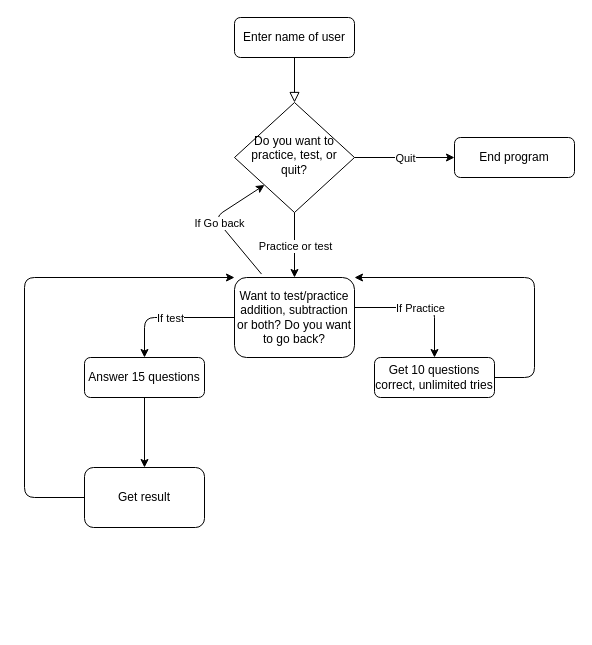
Above: School/Kristianstad/_C_Programmering/Lab 3/Lab3.drawio in Muhrbeq/Projects (draw.io), before the change. Source tidied: cells renumbered, new cells numbered last; positions are measured from the earlier drawing's top-left corner, leaving out a move shared by most shapes. Both pictures are drawn from the tidied source at 100%, with x=0, y=0 at pixel (24, 17).
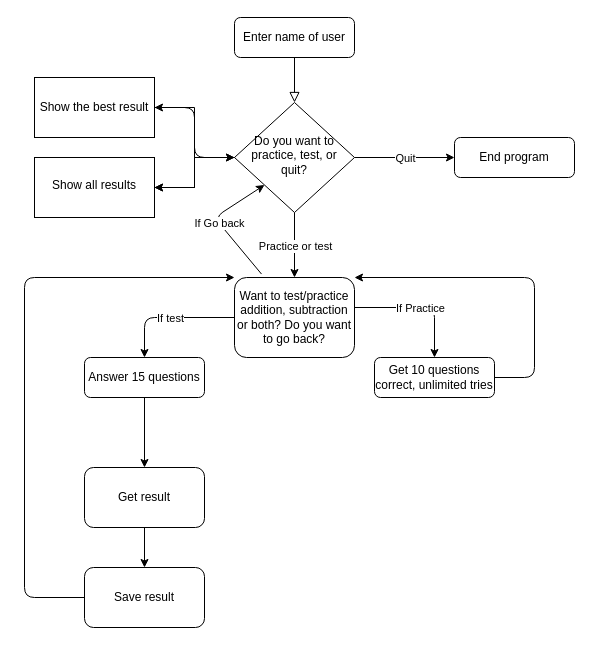
After the change.

The change refers to these unchanged cells:
```xml
<mxCell id="4" value="Do you want to practice, test, or quit?" style="rhombus;whiteSpace=wrap;html=1;shadow=0;fontFamily=Helvetica;fontSize=12;align=center;strokeWidth=1;spacing=6;spacingTop=-4;" parent="1" vertex="1">
  <mxGeometry x="210" y="85" width="120" height="110" as="geometry" />
</mxCell>
<mxCell id="13" value="&lt;span style=&quot;color: rgb(0 , 0 , 0) ; font-family: &amp;#34;helvetica&amp;#34; ; font-size: 12px ; font-style: normal ; font-weight: 400 ; letter-spacing: normal ; text-align: center ; text-indent: 0px ; text-transform: none ; word-spacing: 0px ; display: inline ; float: none ; background-color: rgb(255 , 255 , 255)&quot;&gt;Want to test/practice addition, subtraction or both? Do you want to go back?&lt;/span&gt;" style="rounded=1;whiteSpace=wrap;html=1;" parent="1" vertex="1">
  <mxGeometry x="210" y="260" width="120" height="80" as="geometry" />
</mxCell>
<mxCell id="18" value="Get result" style="whiteSpace=wrap;html=1;rounded=1;shadow=0;strokeWidth=1;glass=0;" parent="1" vertex="1">
  <mxGeometry x="60" y="450" width="120" height="60" as="geometry" />
</mxCell>
```

Change to the diagram source:
```diff
@@
+    <mxCell id="23" style="edgeStyle=orthogonalEdgeStyle;rounded=0;jettySize=auto;html=1;" parent="1" edge="1" source="4" target="27">
+      <mxGeometry relative="1" as="geometry" />
+    </mxCell>
+    <mxCell id="24" style="edgeStyle=orthogonalEdgeStyle;rounded=0;jettySize=auto;html=1;" parent="1" edge="1" source="4" target="27">
+      <mxGeometry relative="1" as="geometry" />
+    </mxCell>
@@
+    <mxCell id="25" style="edgeStyle=orthogonalEdgeStyle;rounded=0;jettySize=auto;html=1;" parent="1" edge="1" source="18" target="31">
+      <mxGeometry relative="1" as="geometry" />
+    </mxCell>
@@
-    <mxCell id="19" style="endArrow=classic;html=1;entryX=0;entryY=0;entryDx=0;entryDy=0;exitX=0;exitY=0.5;exitDx=0;exitDy=0;" parent="1" edge="1" source="18" target="13">
-      <mxGeometry relative="1" as="geometry">
-        <Array as="points">
-          <mxPoint y="480" />
-          <mxPoint y="260" />
-        </Array>
-      </mxGeometry>
-    </mxCell>
@@
+    <mxCell id="26" style="edgeStyle=orthogonalEdgeStyle;rounded=0;jettySize=auto;html=1;" parent="1" edge="1" source="27" target="4">
+      <mxGeometry relative="1" as="geometry" />
+    </mxCell>
+    <mxCell id="27" value="Show all results" style="whiteSpace=wrap;html=1;shadow=0;strokeWidth=1;spacing=6;spacingTop=-4;" parent="1" vertex="1">
+      <mxGeometry x="10" y="140" width="120" height="60" as="geometry" />
+    </mxCell>
+    <mxCell id="28" style="edgeStyle=orthogonalEdgeStyle;rounded=0;jettySize=auto;html=1;" parent="1" edge="1" source="29" target="4">
+      <mxGeometry relative="1" as="geometry" />
+    </mxCell>
+    <mxCell id="29" value="Show the best result" style="rounded=0;whiteSpace=wrap;html=1;" parent="1" vertex="1">
+      <mxGeometry x="10" y="60" width="120" height="60" as="geometry" />
+    </mxCell>
+    <mxCell id="30" style="endArrow=classic;html=1;entryX=1;entryY=0.5;entryDx=0;entryDy=0;" parent="1" edge="1" target="29">
+      <mxGeometry relative="1" as="geometry">
+        <mxPoint x="210" y="140" as="sourcePoint" />
+        <Array as="points">
+          <mxPoint x="170" y="140" />
+          <mxPoint x="170" y="90" />
+        </Array>
+      </mxGeometry>
+    </mxCell>
+    <mxCell id="31" value="Save result" style="whiteSpace=wrap;html=1;rounded=1;shadow=0;strokeWidth=1;glass=0;" parent="1" vertex="1">
+      <mxGeometry x="60" y="550" width="120" height="60" as="geometry" />
+    </mxCell>
+    <mxCell id="32" style="endArrow=classic;html=1;entryX=0;entryY=0;entryDx=0;entryDy=0;exitX=0;exitY=0.5;exitDx=0;exitDy=0;" parent="1" edge="1" source="31" target="13">
+      <mxGeometry relative="1" as="geometry">
+        <Array as="points">
+          <mxPoint y="580" />
+          <mxPoint y="260" />
+        </Array>
+      </mxGeometry>
+    </mxCell>
```
